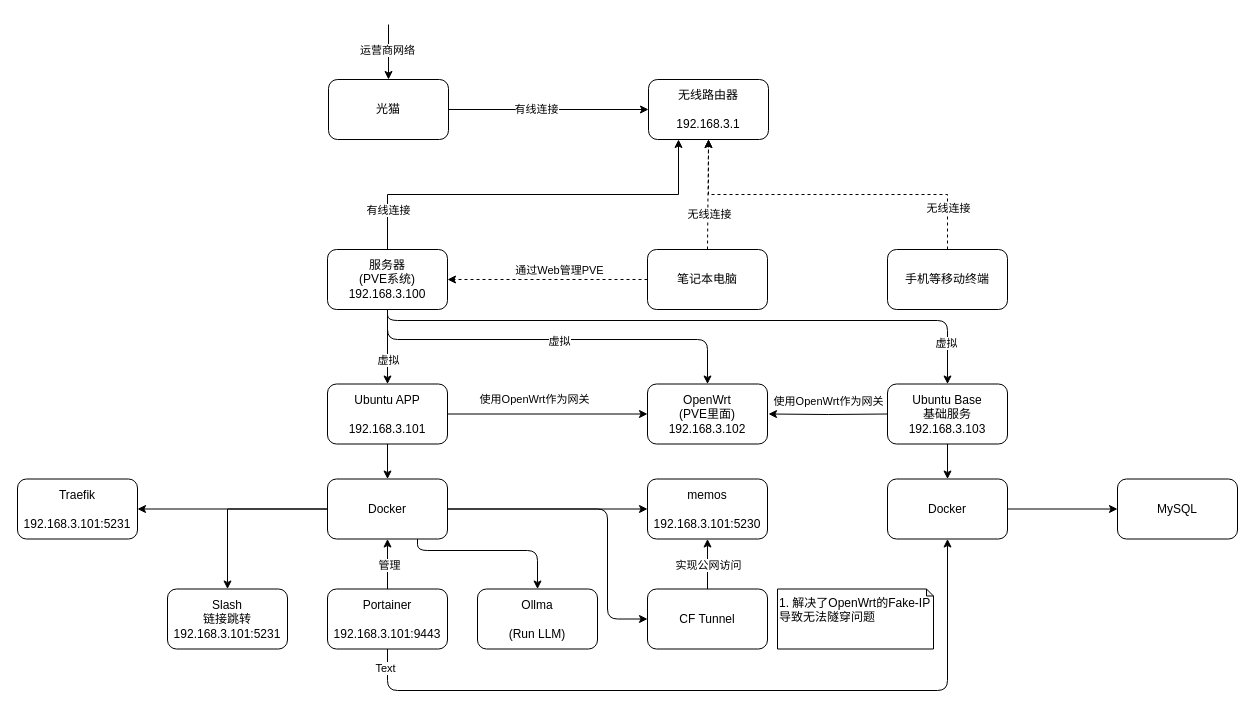
This is page "HomeLab-Arch-Deploy-Details" (77 of 77) of Moatkon.drawio from moatkon/moatkon, a draw.io file, before an edit. Source tidied: cells renumbered, new cells numbered last; positions are measured from the earlier drawing's top-left corner, leaving out a move shared by most shapes. Both pictures are drawn from the tidied source at 100%, with x=0, y=0 at pixel (17, 24).
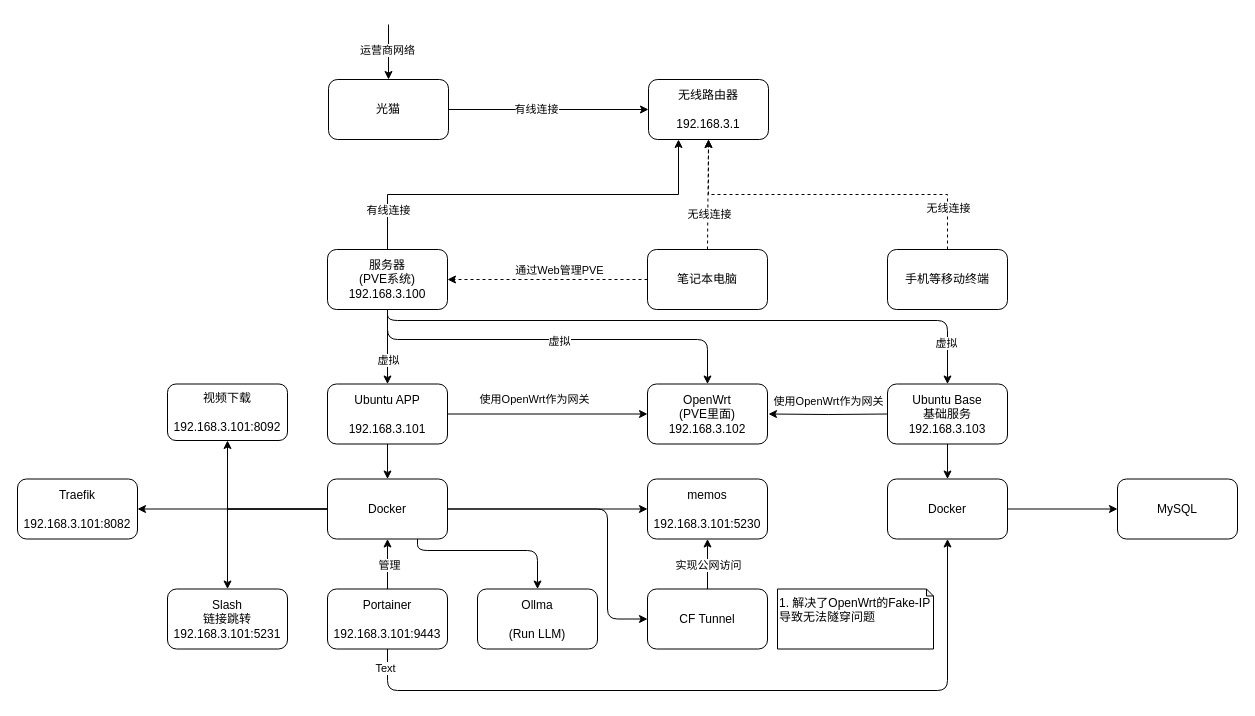
The same diagram, later.

Unchanged cells that the change refers to:
```xml
<mxCell id="37" value="Docker" style="rounded=1;whiteSpace=wrap;html=1;fillColor=none;" parent="1" vertex="1">
  <mxGeometry x="310" y="454.5" width="120" height="60" as="geometry" />
</mxCell>
```

Change to the diagram source:
```diff
@@
+    <mxCell id="58" style="edgeStyle=orthogonalEdgeStyle;rounded=0;jettySize=auto;html=1;exitX=0;exitY=0.5;exitDx=0;exitDy=0;entryX=0.5;entryY=1;entryDx=0;entryDy=0;" parent="1" edge="1" source="37" target="59">
+      <mxGeometry relative="1" as="geometry" />
+    </mxCell>
@@
-    <mxCell id="56" value="Traefik&lt;br&gt;&lt;div&gt;&lt;br&gt;192.168.3.101:5231&lt;/div&gt;" style="rounded=1;whiteSpace=wrap;html=1;fillColor=none;" parent="1" vertex="1">
+    <mxCell id="56" value="Traefik&lt;br&gt;&lt;div&gt;&lt;br&gt;192.168.3.101:8082&lt;/div&gt;" style="rounded=1;whiteSpace=wrap;html=1;fillColor=none;" parent="1" vertex="1">
       <mxGeometry y="454.5" width="120" height="60" as="geometry" />
     </mxCell>
@@
+    <mxCell id="59" value="视频下载&lt;br&gt;&lt;div&gt;&lt;br&gt;192.168.3.101:8092&lt;/div&gt;" style="rounded=1;whiteSpace=wrap;html=1;fillColor=none;" parent="1" vertex="1">
+      <mxGeometry x="150" y="359.5" width="120" height="56.5" as="geometry" />
+    </mxCell>
```
